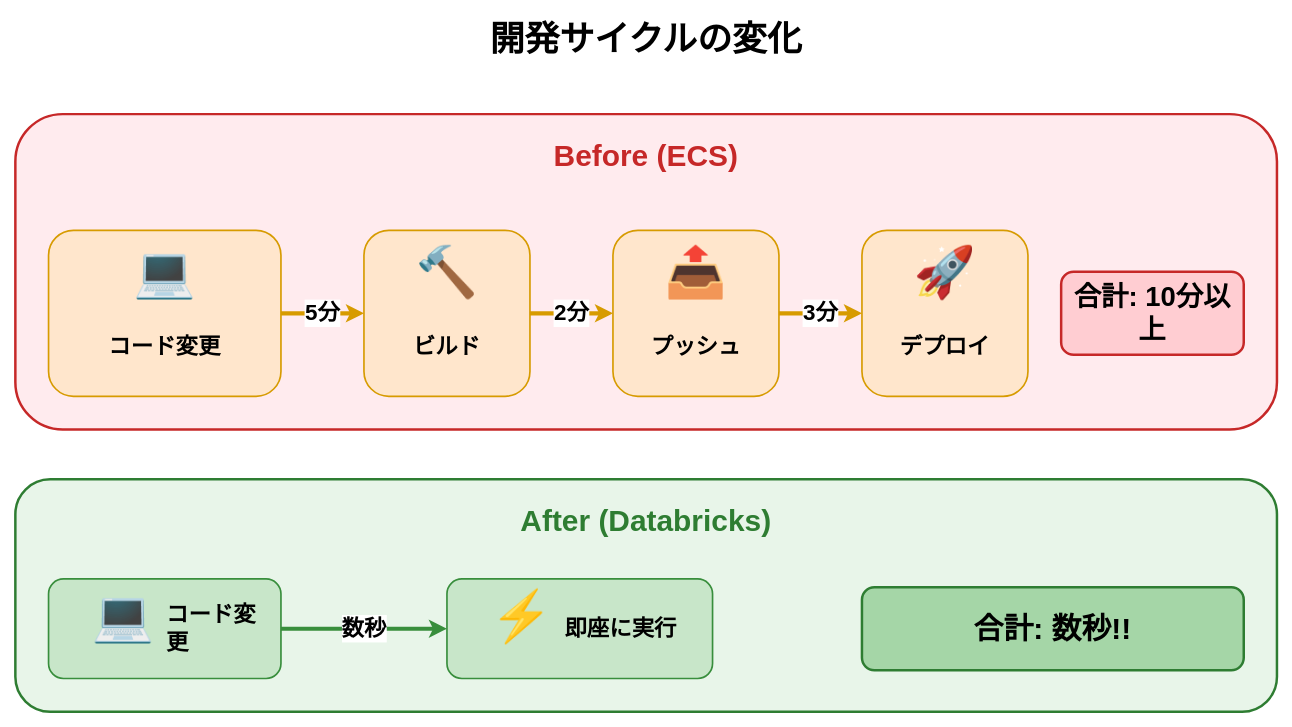
Above: assets/2025-11-07-tamesare-data-sapporo/development-cycle-comparison.drawio in i9wa4/i9wa4.github.io (draw.io), before the change. Source tidied: cells renumbered, new cells numbered last; positions are measured from the earlier drawing's top-left corner, leaving out a move shared by most shapes. Both pictures are drawn from the tidied source at 83%, with x=0, y=0 at pixel (15, 14).
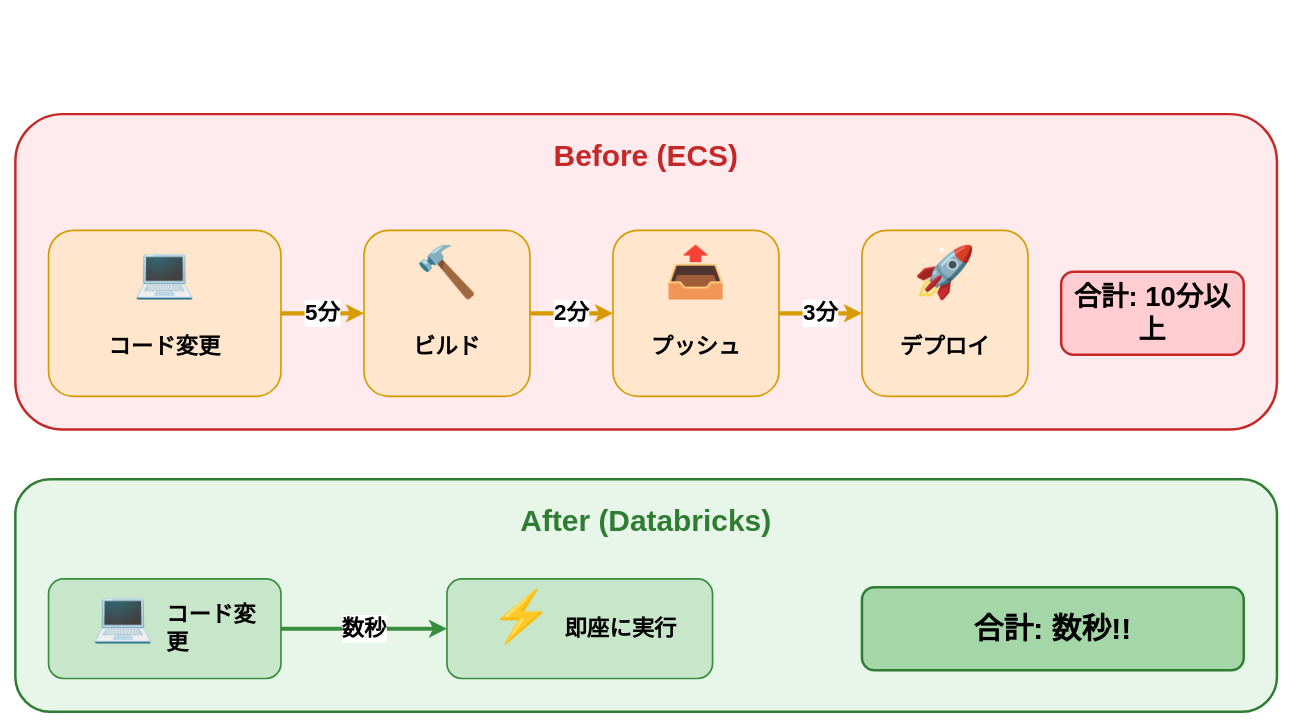
After the change.

What changed in the source:
```diff
@@
-    <mxCell id="2" value="開発サイクルの変化" style="text;html=1;strokeColor=none;fillColor=none;align=center;verticalAlign=middle;whiteSpace=wrap;rounded=0;fontSize=42;fontStyle=1;" parent="1" vertex="1">
-      <mxGeometry x="460" width="600" height="60" as="geometry" />
-    </mxCell>
```
